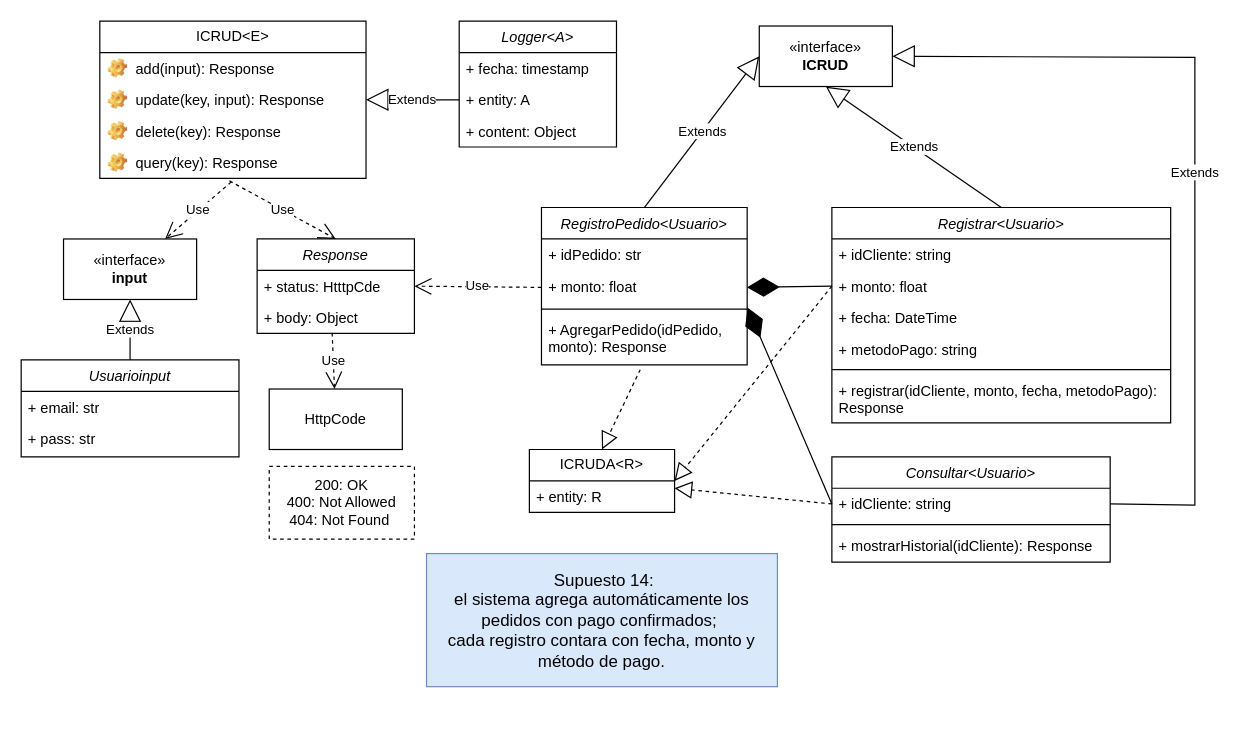
The draw.io diagram Front-End_Sprint/Diagrama Supuesto14.drawio in Giggin-html/dwm4, before the edit. Source tidied: cells renumbered, new cells numbered last; positions are measured from the earlier drawing's top-left corner, leaving out a move shared by most shapes. Both pictures are drawn from the tidied source at 121%, with x=0, y=0 at pixel (21, 21).
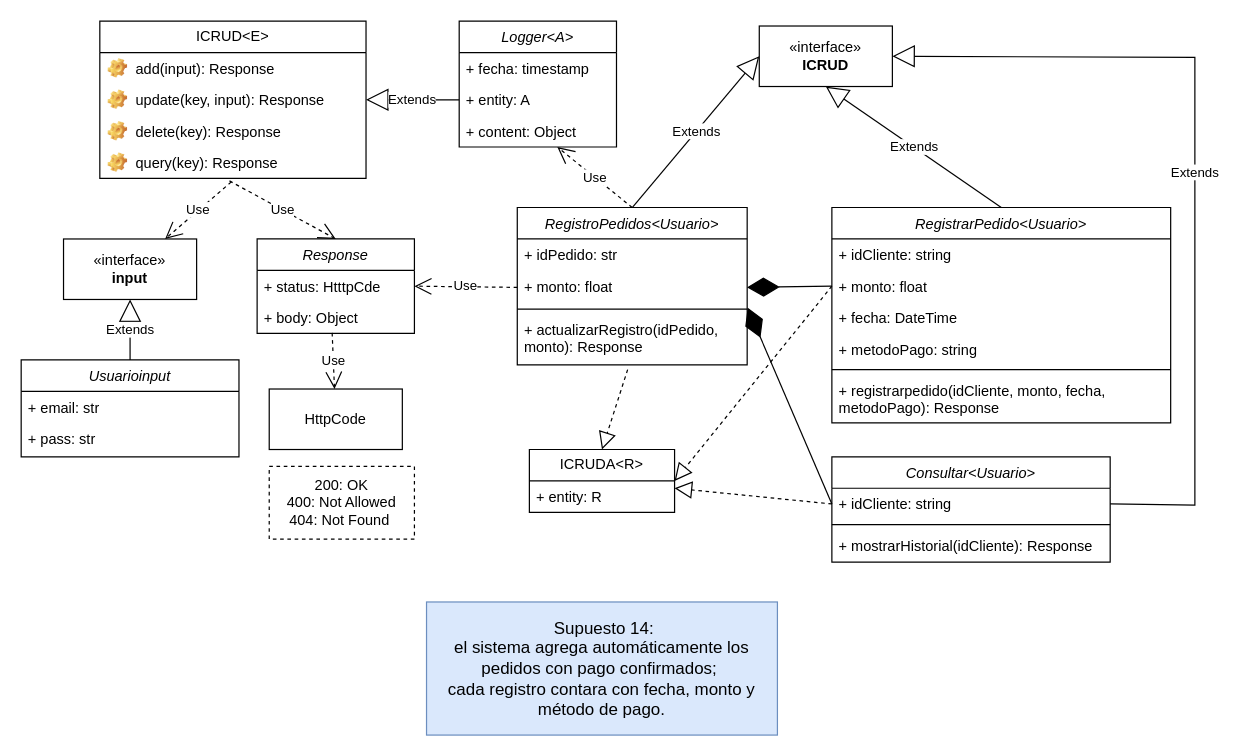
The same page after the edit.

Unchanged cells that the change refers to:
```xml
<mxCell id="31" value="+ content: Object" style="text;strokeColor=none;fillColor=none;align=left;verticalAlign=top;spacingLeft=4;spacingRight=4;overflow=hidden;points=[[0,0.5],[1,0.5]];portConstraint=eastwest;whiteSpace=wrap;html=1;" parent="28" vertex="1">
  <mxGeometry y="78" width="130" height="26" as="geometry" />
</mxCell>
```

What changed in the source:
```diff
@@
     <mxCell id="2" value="&lt;font style=&quot;font-size: 14px;&quot;&gt;&amp;nbsp;Supuesto 14:&lt;/font&gt;&lt;div&gt;&lt;font style=&quot;font-size: 14px;&quot;&gt;el sistema agrega automáticamente los pedidos con pago confirmados;&amp;nbsp;&lt;/font&gt;&lt;/div&gt;&lt;div&gt;&lt;font style=&quot;font-size: 14px;&quot;&gt;cada registro contara con fecha, monto y método de pago.&lt;/font&gt;&lt;/div&gt;" style="html=1;whiteSpace=wrap;fillColor=#dae8fc;strokeColor=#6c8ebf;" parent="1" vertex="1">
-      <mxGeometry x="335" y="440" width="290" height="110" as="geometry" />
+      <mxGeometry x="335" y="480" width="290" height="110" as="geometry" />
     </mxCell>
@@
-    <mxCell id="36" value="Registrar&lt;Usuario&gt;" style="swimlane;fontStyle=2;align=center;verticalAlign=top;horizontal=1;startSize=26;rounded=0;shadow=0;strokeWidth=1;" parent="1" vertex="1">
+    <mxCell id="36" value="RegistrarPedido&lt;Usuario&gt;" style="swimlane;fontStyle=2;align=center;verticalAlign=top;horizontal=1;startSize=26;rounded=0;shadow=0;strokeWidth=1;" parent="1" vertex="1">
       <mxGeometry x="670" y="154" width="280" height="178" as="geometry" />
     </mxCell>
@@
-    <mxCell id="42" value="+ registrar(idCliente, monto, fecha, metodoPago): Response" style="text;strokeColor=none;fillColor=none;align=left;verticalAlign=top;spacingLeft=4;spacingRight=4;overflow=hidden;whiteSpace=wrap;html=1;" parent="36" vertex="1">
+    <mxCell id="42" value="+ registrarpedido(idCliente, monto, fecha, metodoPago): Response" style="text;strokeColor=none;fillColor=none;align=left;verticalAlign=top;spacingLeft=4;spacingRight=4;overflow=hidden;whiteSpace=wrap;html=1;" parent="36" vertex="1">
       <mxGeometry y="138" width="280" height="40" as="geometry" />
     </mxCell>
-    <mxCell id="43" value="RegistroPedido&lt;Usuario&gt;" style="swimlane;fontStyle=2;align=center;verticalAlign=top;horizontal=1;startSize=26;rounded=0;shadow=0;strokeWidth=1;" parent="1" vertex="1">
-      <mxGeometry x="430" y="154" width="170" height="130" as="geometry" />
+    <mxCell id="43" value="RegistroPedidos&lt;Usuario&gt;" style="swimlane;fontStyle=2;align=center;verticalAlign=top;horizontal=1;startSize=26;rounded=0;shadow=0;strokeWidth=1;" parent="1" vertex="1">
+      <mxGeometry x="410" y="154" width="190" height="130" as="geometry" />
     </mxCell>
     <mxCell id="44" value="+ idPedido: str" style="text;strokeColor=none;fillColor=none;align=left;verticalAlign=top;spacingLeft=4;spacingRight=4;overflow=hidden;whiteSpace=wrap;html=1;" parent="43" vertex="1">
-      <mxGeometry y="26" width="170" height="26" as="geometry" />
+      <mxGeometry y="26" width="190" height="26" as="geometry" />
     </mxCell>
     <mxCell id="45" value="+ monto: float" style="text;strokeColor=none;fillColor=none;align=left;verticalAlign=top;spacingLeft=4;spacingRight=4;overflow=hidden;points=[[0,0.5],[1,0.5]];portConstraint=eastwest;whiteSpace=wrap;html=1;" parent="43" vertex="1">
-      <mxGeometry y="52" width="170" height="28" as="geometry" />
+      <mxGeometry y="52" width="190" height="28" as="geometry" />
     </mxCell>
     <mxCell id="46" style="line;html=1;strokeWidth=1;align=left;verticalAlign=middle;spacingTop=-1;spacingLeft=3;spacingRight=3;labelPosition=right;" parent="43" vertex="1">
-      <mxGeometry y="80" width="170" height="8" as="geometry" />
+      <mxGeometry y="80" width="190" height="8" as="geometry" />
     </mxCell>
-    <mxCell id="47" value="+ AgregarPedido(idPedido, monto): Response" style="text;strokeColor=none;fillColor=none;align=left;verticalAlign=top;spacingLeft=4;spacingRight=4;overflow=hidden;points=[[0,0.5],[1,0.5]];portConstraint=eastwest;whiteSpace=wrap;html=1;" parent="43" vertex="1">
-      <mxGeometry y="88" width="170" height="42" as="geometry" />
+    <mxCell id="47" value="+ actualizarRegistro(idPedido, monto): Response" style="text;strokeColor=none;fillColor=none;align=left;verticalAlign=top;spacingLeft=4;spacingRight=4;overflow=hidden;points=[[0,0.5],[1,0.5]];portConstraint=eastwest;whiteSpace=wrap;html=1;" parent="43" vertex="1">
+      <mxGeometry y="88" width="190" height="42" as="geometry" />
     </mxCell>
@@
+    <mxCell id="54" value="Use" style="endArrow=open;endSize=12;dashed=1;html=1;rounded=0;exitX=0.5;exitY=0;exitDx=0;exitDy=0;" parent="1" edge="1" source="43" target="31">
+      <mxGeometry relative="1" as="geometry" />
+    </mxCell>
```
